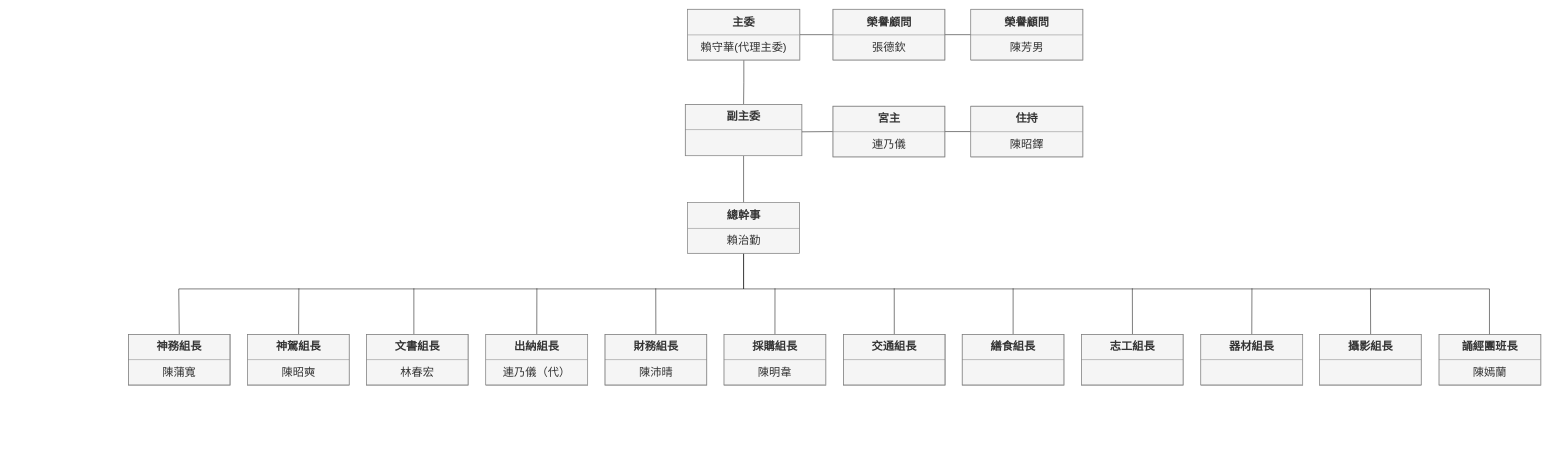
Before: Untitled Diagram.drawio in hahalin/ASPNETClass, a draw.io diagram. Source tidied: cells renumbered, new cells numbered last; positions are measured from the earlier drawing's top-left corner, leaving out a move shared by most shapes. Both pictures are drawn from the tidied source at 51%, with x=0, y=0 at pixel (128, 9).
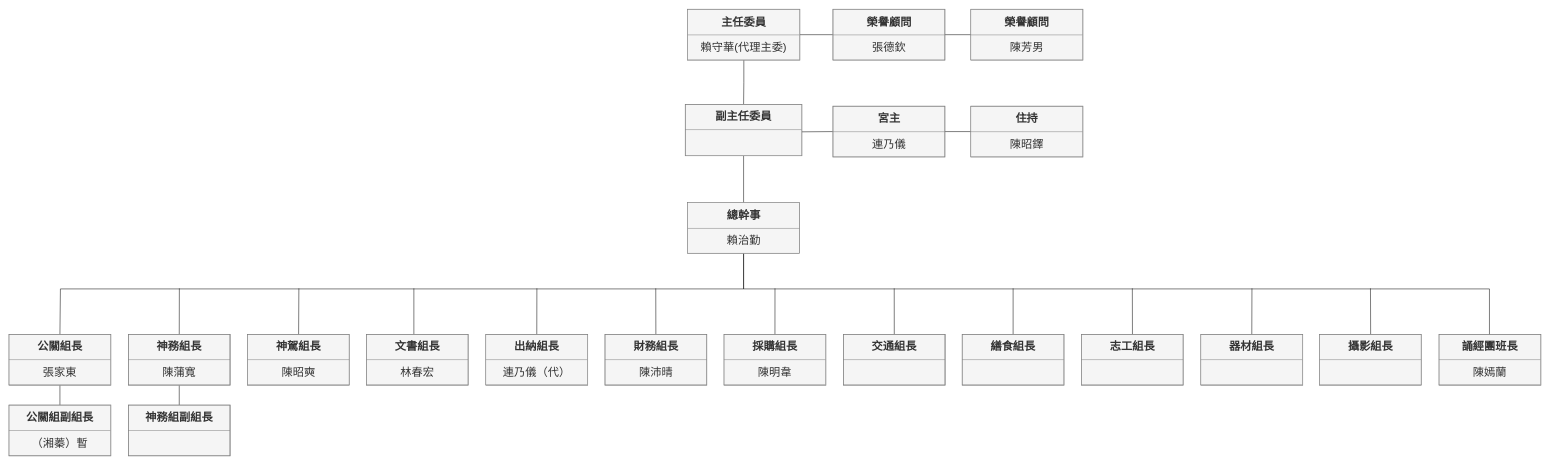
After the change.

The change refers to these unchanged cells:
```xml
<mxCell id="13" value="&lt;table border=&quot;1&quot; width=&quot;100%&quot; cellpadding=&quot;4&quot; style=&quot;width: 100%; height: 100%; border-collapse: collapse; font-size: 22px;&quot;&gt;&lt;tbody style=&quot;font-size: 22px;&quot;&gt;&lt;tr style=&quot;font-size: 22px;&quot;&gt;&lt;th align=&quot;center&quot; style=&quot;font-size: 22px;&quot;&gt;&lt;font style=&quot;font-size: 22px&quot;&gt;總幹事&lt;/font&gt;&lt;/th&gt;&lt;/tr&gt;&lt;tr style=&quot;font-size: 22px;&quot;&gt;&lt;td align=&quot;center&quot; style=&quot;font-size: 22px;&quot;&gt;賴治勤&lt;br style=&quot;font-size: 22px;&quot;&gt;&lt;/td&gt;&lt;/tr&gt;&lt;/tbody&gt;&lt;/table&gt;&lt;br style=&quot;font-size: 22px;&quot;&gt;" style="text;html=1;overflow=fill;rounded=0;fillColor=#f5f5f5;strokeColor=#666666;fontColor=#333333;fontSize=22;" parent="1" vertex="1">
  <mxGeometry x="1096.5" y="379.5" width="220" height="100" as="geometry" />
</mxCell>
<mxCell id="14" value="&lt;table border=&quot;1&quot; width=&quot;100%&quot; cellpadding=&quot;4&quot; style=&quot;width: 100%; height: 100%; border-collapse: collapse; font-size: 22px;&quot;&gt;&lt;tbody style=&quot;font-size: 22px;&quot;&gt;&lt;tr style=&quot;font-size: 22px;&quot;&gt;&lt;th align=&quot;center&quot; style=&quot;font-size: 22px;&quot;&gt;&lt;font style=&quot;font-size: 22px&quot;&gt;神務組長&lt;/font&gt;&lt;/th&gt;&lt;/tr&gt;&lt;tr style=&quot;font-size: 22px;&quot;&gt;&lt;td align=&quot;center&quot; style=&quot;font-size: 22px;&quot;&gt;陳蒲寬&lt;br style=&quot;font-size: 22px;&quot;&gt;&lt;/td&gt;&lt;/tr&gt;&lt;/tbody&gt;&lt;/table&gt;&lt;br style=&quot;font-size: 22px;&quot;&gt;" style="text;html=1;overflow=fill;rounded=0;fillColor=#f5f5f5;strokeColor=#666666;fontColor=#333333;flipH=1;fontSize=22;" parent="1" vertex="1">
  <mxGeometry y="638" width="200" height="100" as="geometry" />
</mxCell>
```

The edit, as a diff of the source:
```diff
@@
-    <mxCell id="5" style="edgeStyle=orthogonalEdgeStyle;html=1;startSize=6;endFill=0;endSize=6;strokeWidth=1;fontSize=22;rounded=0;endArrow=none;exitX=0.5;exitY=1;exitDx=0;exitDy=0;entryX=0.5;entryY=0;entryDx=0;entryDy=0;" parent="1" edge="1" source="13" target="14">
+    <mxCell id="5" style="edgeStyle=orthogonalEdgeStyle;html=1;startSize=6;endFill=0;endSize=6;strokeWidth=1;fontSize=22;rounded=0;endArrow=none;exitX=0.5;exitY=1;exitDx=0;exitDy=0;entryX=0.5;entryY=0;entryDx=0;entryDy=0;" parent="1" edge="1" source="13" target="43">
       <mxGeometry relative="1" as="geometry">
         <Array as="points">
           <mxPoint x="1207" y="549" />
-          <mxPoint x="99" y="549" />
+          <mxPoint x="-133" y="549" />
         </Array>
       </mxGeometry>
     </mxCell>
@@
-    <mxCell id="8" value="&lt;table border=&quot;1&quot; width=&quot;100%&quot; cellpadding=&quot;4&quot; style=&quot;width: 100%; height: 100%; border-collapse: collapse; font-size: 22px;&quot;&gt;&lt;tbody style=&quot;font-size: 22px;&quot;&gt;&lt;tr style=&quot;font-size: 22px;&quot;&gt;&lt;th align=&quot;center&quot; style=&quot;font-size: 22px;&quot;&gt;&lt;b style=&quot;font-size: 22px;&quot;&gt;&lt;font style=&quot;font-size: 22px&quot;&gt;副主委&lt;/font&gt;&lt;/b&gt;&lt;/th&gt;&lt;/tr&gt;&lt;tr style=&quot;font-size: 22px;&quot;&gt;&lt;td align=&quot;center&quot; style=&quot;font-size: 22px;&quot;&gt;&lt;font style=&quot;font-size: 22px;&quot;&gt;&lt;br style=&quot;font-size: 22px;&quot;&gt;&lt;/font&gt;&lt;/td&gt;&lt;/tr&gt;&lt;/tbody&gt;&lt;/table&gt;&lt;br style=&quot;font-size: 22px;&quot;&gt;" style="text;html=1;overflow=fill;rounded=0;fillColor=#f5f5f5;strokeColor=#666666;fontColor=#333333;fontSize=22;" parent="1" vertex="1">
+    <mxCell id="8" value="&lt;table border=&quot;1&quot; width=&quot;100%&quot; cellpadding=&quot;4&quot; style=&quot;width: 100% ; height: 100% ; border-collapse: collapse ; font-size: 22px&quot;&gt;&lt;tbody style=&quot;font-size: 22px&quot;&gt;&lt;tr style=&quot;font-size: 22px&quot;&gt;&lt;th align=&quot;center&quot; style=&quot;font-size: 22px&quot;&gt;&lt;b style=&quot;font-size: 22px&quot;&gt;&lt;font style=&quot;font-size: 22px&quot;&gt;副主任委員&lt;/font&gt;&lt;/b&gt;&lt;/th&gt;&lt;/tr&gt;&lt;tr style=&quot;font-size: 22px&quot;&gt;&lt;td align=&quot;center&quot; style=&quot;font-size: 22px&quot;&gt;&lt;font style=&quot;font-size: 22px&quot;&gt;&lt;br style=&quot;font-size: 22px&quot;&gt;&lt;/font&gt;&lt;/td&gt;&lt;/tr&gt;&lt;/tbody&gt;&lt;/table&gt;&lt;br style=&quot;font-size: 22px&quot;&gt;" style="text;html=1;overflow=fill;rounded=0;fillColor=#f5f5f5;strokeColor=#666666;fontColor=#333333;fontSize=22;" parent="1" vertex="1">
       <mxGeometry x="1092" y="187" width="229" height="101" as="geometry" />
     </mxCell>
@@
-    <mxCell id="10" value="&lt;table border=&quot;1&quot; width=&quot;100%&quot; cellpadding=&quot;4&quot; style=&quot;width: 100%; height: 100%; border-collapse: collapse; font-size: 22px;&quot;&gt;&lt;tbody style=&quot;font-size: 22px;&quot;&gt;&lt;tr style=&quot;font-size: 22px;&quot;&gt;&lt;th align=&quot;center&quot; style=&quot;font-size: 22px;&quot;&gt;&lt;b style=&quot;font-size: 22px;&quot;&gt;&lt;font style=&quot;font-size: 22px&quot;&gt;主委&lt;/font&gt;&lt;/b&gt;&lt;/th&gt;&lt;/tr&gt;&lt;tr style=&quot;font-size: 22px;&quot;&gt;&lt;td align=&quot;center&quot; style=&quot;font-size: 22px;&quot;&gt;&lt;font style=&quot;font-size: 22px;&quot;&gt;賴守華(代理主委)&lt;/font&gt;&lt;/td&gt;&lt;/tr&gt;&lt;/tbody&gt;&lt;/table&gt;&lt;br style=&quot;font-size: 22px;&quot;&gt;" style="text;html=1;overflow=fill;rounded=0;fillColor=#f5f5f5;strokeColor=#666666;fontColor=#333333;fontSize=22;" parent="1" vertex="1">
+    <mxCell id="10" value="&lt;table border=&quot;1&quot; width=&quot;100%&quot; cellpadding=&quot;4&quot; style=&quot;width: 100% ; height: 100% ; border-collapse: collapse ; font-size: 22px&quot;&gt;&lt;tbody style=&quot;font-size: 22px&quot;&gt;&lt;tr style=&quot;font-size: 22px&quot;&gt;&lt;th align=&quot;center&quot; style=&quot;font-size: 22px&quot;&gt;&lt;b style=&quot;font-size: 22px&quot;&gt;&lt;font style=&quot;font-size: 22px&quot;&gt;主任委員&lt;/font&gt;&lt;/b&gt;&lt;/th&gt;&lt;/tr&gt;&lt;tr style=&quot;font-size: 22px&quot;&gt;&lt;td align=&quot;center&quot; style=&quot;font-size: 22px&quot;&gt;&lt;font style=&quot;font-size: 22px&quot;&gt;賴守華(代理主委)&lt;/font&gt;&lt;/td&gt;&lt;/tr&gt;&lt;/tbody&gt;&lt;/table&gt;&lt;br style=&quot;font-size: 22px&quot;&gt;" style="text;html=1;overflow=fill;rounded=0;fillColor=#f5f5f5;strokeColor=#666666;fontColor=#333333;fontSize=22;" parent="1" vertex="1">
       <mxGeometry x="1097" y="0.5" width="220" height="100" as="geometry" />
     </mxCell>
@@
+    <mxCell id="39" style="edgeStyle=none;rounded=0;jettySize=auto;html=1;exitX=0.5;exitY=0;exitDx=0;exitDy=0;endArrow=none;endFill=0;fontSize=22;" parent="1" edge="1" source="14">
+      <mxGeometry relative="1" as="geometry">
+        <mxPoint x="100.2" y="548" as="targetPoint" />
+      </mxGeometry>
+    </mxCell>
+    <mxCell id="40" style="rounded=0;jettySize=auto;html=1;exitX=0.5;exitY=1;exitDx=0;exitDy=0;entryX=0.5;entryY=0;entryDx=0;entryDy=0;endArrow=none;endFill=0;fontSize=22;" parent="1" edge="1" source="14" target="41">
+      <mxGeometry relative="1" as="geometry" />
+    </mxCell>
@@
+    <mxCell id="41" value="&lt;table border=&quot;1&quot; width=&quot;100%&quot; cellpadding=&quot;4&quot; style=&quot;width: 100% ; height: 100% ; border-collapse: collapse ; font-size: 22px&quot;&gt;&lt;tbody style=&quot;font-size: 22px&quot;&gt;&lt;tr style=&quot;font-size: 22px&quot;&gt;&lt;th align=&quot;center&quot; style=&quot;font-size: 22px&quot;&gt;&lt;font style=&quot;font-size: 22px&quot;&gt;神務組副組長&lt;/font&gt;&lt;/th&gt;&lt;/tr&gt;&lt;tr style=&quot;font-size: 22px&quot;&gt;&lt;td align=&quot;center&quot; style=&quot;font-size: 22px&quot;&gt;&lt;br style=&quot;font-size: 22px&quot;&gt;&lt;/td&gt;&lt;/tr&gt;&lt;/tbody&gt;&lt;/table&gt;&lt;br style=&quot;font-size: 22px&quot;&gt;" style="text;html=1;overflow=fill;rounded=0;fillColor=#f5f5f5;strokeColor=#666666;fontColor=#333333;flipH=1;fontSize=22;" parent="1" vertex="1">
+      <mxGeometry y="776.5" width="200" height="100" as="geometry" />
+    </mxCell>
+    <mxCell id="42" style="edgeStyle=none;rounded=0;jettySize=auto;html=1;exitX=0.5;exitY=1;exitDx=0;exitDy=0;entryX=0.5;entryY=0;entryDx=0;entryDy=0;endArrow=none;endFill=0;fontSize=22;" parent="1" edge="1" source="43" target="44">
+      <mxGeometry relative="1" as="geometry" />
+    </mxCell>
+    <mxCell id="43" value="&lt;table border=&quot;1&quot; width=&quot;100%&quot; cellpadding=&quot;4&quot; style=&quot;width: 100% ; height: 100% ; border-collapse: collapse ; font-size: 22px&quot;&gt;&lt;tbody style=&quot;font-size: 22px&quot;&gt;&lt;tr style=&quot;font-size: 22px&quot;&gt;&lt;th align=&quot;center&quot; style=&quot;font-size: 22px&quot;&gt;&lt;font style=&quot;font-size: 22px&quot;&gt;公關組長&lt;/font&gt;&lt;/th&gt;&lt;/tr&gt;&lt;tr style=&quot;font-size: 22px&quot;&gt;&lt;td align=&quot;center&quot; style=&quot;font-size: 22px&quot;&gt;張家東&lt;br style=&quot;font-size: 22px&quot;&gt;&lt;/td&gt;&lt;/tr&gt;&lt;/tbody&gt;&lt;/table&gt;&lt;br style=&quot;font-size: 22px&quot;&gt;" style="text;html=1;overflow=fill;rounded=0;fillColor=#f5f5f5;strokeColor=#666666;fontColor=#333333;flipH=1;fontSize=22;" parent="1" vertex="1">
+      <mxGeometry x="-234" y="638" width="200" height="100" as="geometry" />
+    </mxCell>
+    <mxCell id="44" value="&lt;table border=&quot;1&quot; width=&quot;100%&quot; cellpadding=&quot;4&quot; style=&quot;width: 100% ; height: 100% ; border-collapse: collapse ; font-size: 22px&quot;&gt;&lt;tbody style=&quot;font-size: 22px&quot;&gt;&lt;tr style=&quot;font-size: 22px&quot;&gt;&lt;th align=&quot;center&quot; style=&quot;font-size: 22px&quot;&gt;&lt;font style=&quot;font-size: 22px&quot;&gt;公關組副組長&lt;/font&gt;&lt;/th&gt;&lt;/tr&gt;&lt;tr style=&quot;font-size: 22px&quot;&gt;&lt;td align=&quot;center&quot;&gt;（湘蓁）暫&lt;br&gt;&lt;/td&gt;&lt;/tr&gt;&lt;/tbody&gt;&lt;/table&gt;&lt;br style=&quot;font-size: 22px&quot;&gt;" style="text;html=1;overflow=fill;rounded=0;fillColor=#f5f5f5;strokeColor=#666666;fontColor=#333333;flipH=1;fontSize=22;" parent="1" vertex="1">
+      <mxGeometry x="-234" y="776.5" width="200" height="100" as="geometry" />
+    </mxCell>
```
